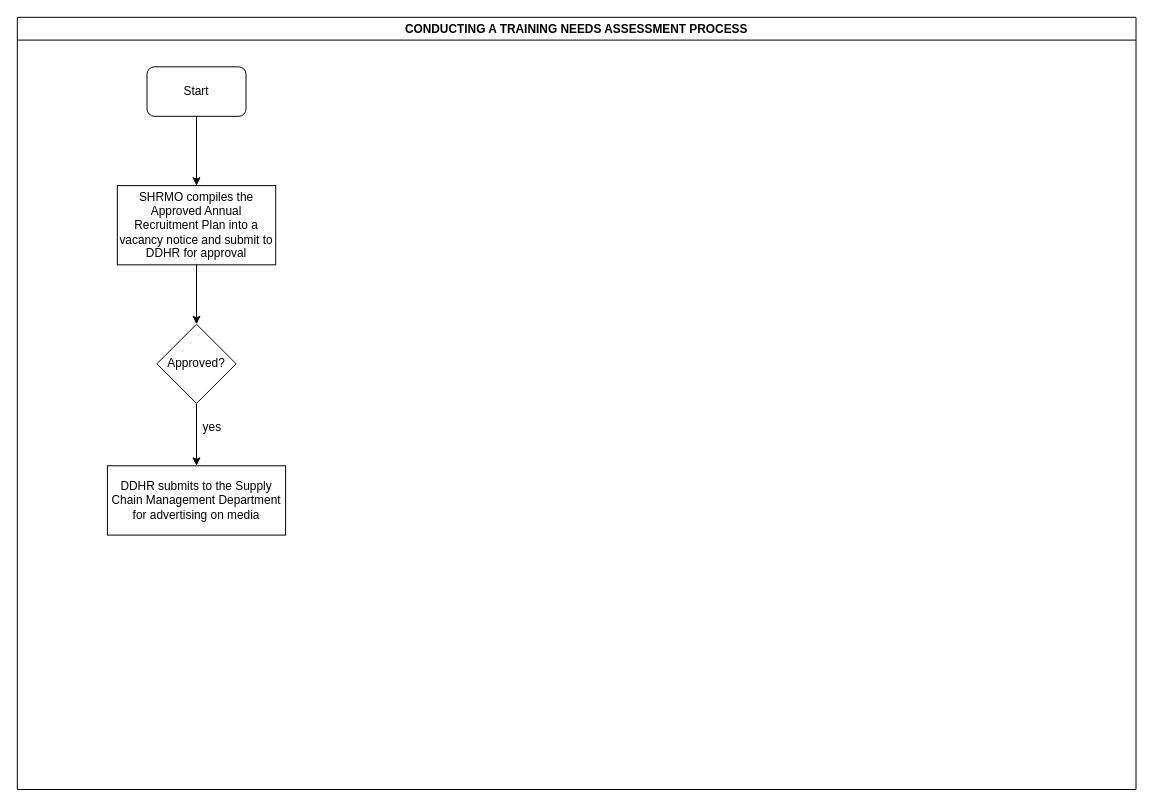
Above: KEFRI-HR-RECRUITMENT AND SELECTION PROCESS.drawio in kmagua/flowcharts (draw.io), before the change. Source tidied: cells renumbered, new cells numbered last; positions are measured from the earlier drawing's top-left corner, leaving out a move shared by most shapes. Both pictures are drawn from the tidied source at 99%, with x=0, y=0 at pixel (17, 17).
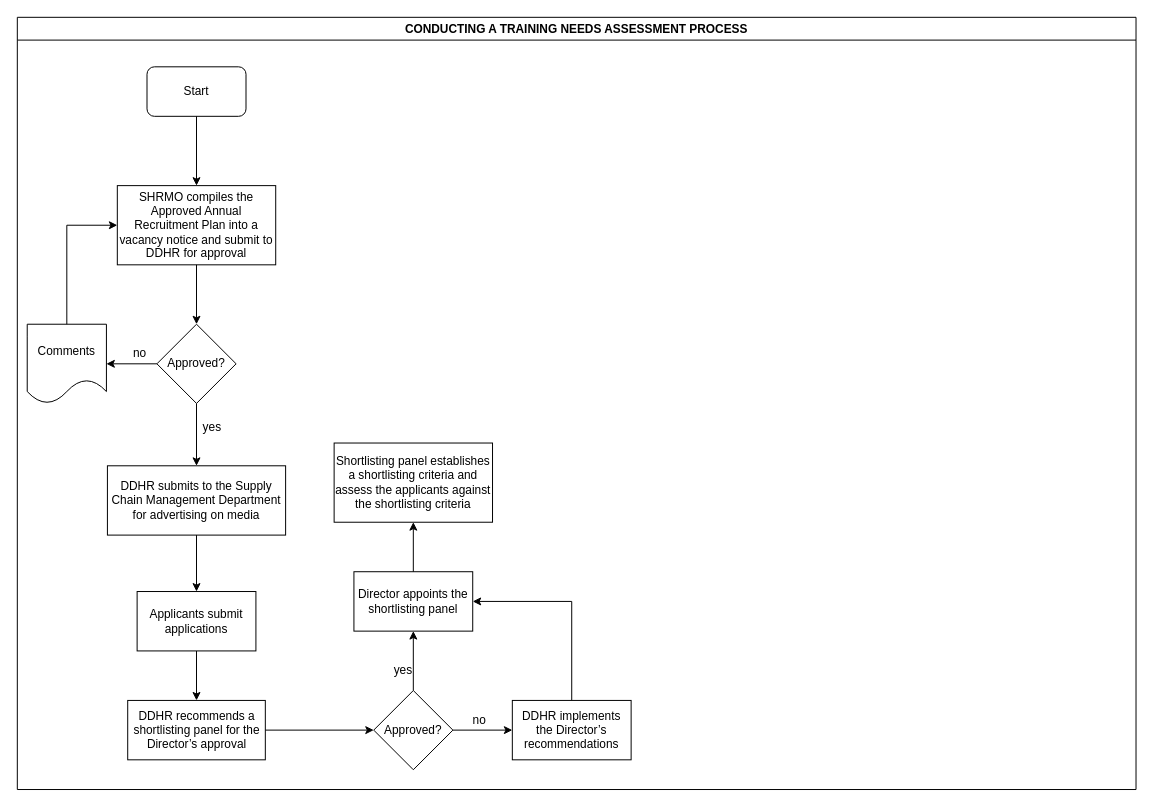
The same page after the edit.

The change refers to these unchanged cells:
```xml
<mxCell id="2" value="CONDUCTING A TRAINING NEEDS ASSESSMENT PROCESS" style="swimlane;" parent="1" vertex="1">
  <mxGeometry width="1130" height="780" as="geometry" />
</mxCell>
<mxCell id="4" value="SHRMO compiles the Approved Annual Recruitment Plan into a vacancy notice and submit to DDHR for approval" style="rounded=0;whiteSpace=wrap;html=1;" parent="2" vertex="1">
  <mxGeometry x="101" y="170" width="160" height="80" as="geometry" />
</mxCell>
<mxCell id="6" value="Approved?" style="rhombus;whiteSpace=wrap;html=1;rounded=0;" parent="2" vertex="1">
  <mxGeometry x="141" y="310" width="80" height="80" as="geometry" />
</mxCell>
<mxCell id="8" value="DDHR submits to the Supply Chain Management Department for advertising on media" style="whiteSpace=wrap;html=1;rounded=0;" parent="2" vertex="1">
  <mxGeometry x="91" y="453" width="180" height="70" as="geometry" />
</mxCell>
```

Diff of the diagram source:
```diff
@@
+    <mxCell id="11" value="DDHR recommends a shortlisting panel for the Director’s approval" style="whiteSpace=wrap;html=1;rounded=0;" parent="2" vertex="1">
+      <mxGeometry x="111.5" y="690" width="139" height="60" as="geometry" />
+    </mxCell>
+    <mxCell id="12" value="Director appoints the shortlisting panel" style="whiteSpace=wrap;html=1;rounded=0;" parent="2" vertex="1">
+      <mxGeometry x="340" y="560" width="120" height="60" as="geometry" />
+    </mxCell>
+    <mxCell id="13" value="yes" style="text;html=1;strokeColor=none;fillColor=none;align=center;verticalAlign=middle;whiteSpace=wrap;rounded=0;" parent="2" vertex="1">
+      <mxGeometry x="370" y="650" width="40" height="20" as="geometry" />
+    </mxCell>
+    <mxCell id="14" value="Comments" style="shape=document;whiteSpace=wrap;html=1;boundedLbl=1;rounded=0;" parent="2" vertex="1">
+      <mxGeometry x="10" y="310" width="80" height="80" as="geometry" />
+    </mxCell>
+    <mxCell id="15" style="edgeStyle=orthogonalEdgeStyle;rounded=0;jettySize=auto;html=1;" parent="2" edge="1" source="6" target="14">
+      <mxGeometry relative="1" as="geometry" />
+    </mxCell>
+    <mxCell id="16" style="edgeStyle=orthogonalEdgeStyle;rounded=0;jettySize=auto;html=1;entryX=0;entryY=0.5;entryDx=0;entryDy=0;" parent="2" edge="1" source="14" target="4">
+      <mxGeometry relative="1" as="geometry">
+        <Array as="points">
+          <mxPoint x="50" y="210" />
+        </Array>
+      </mxGeometry>
+    </mxCell>
+    <mxCell id="17" value="Shortlisting panel establishes a shortlisting criteria and assess the applicants against the shortlisting criteria" style="whiteSpace=wrap;html=1;rounded=0;" parent="2" vertex="1">
+      <mxGeometry x="320" y="430" width="160" height="80" as="geometry" />
+    </mxCell>
+    <mxCell id="18" style="edgeStyle=orthogonalEdgeStyle;rounded=0;jettySize=auto;html=1;" parent="2" edge="1" source="12" target="17">
+      <mxGeometry relative="1" as="geometry" />
+    </mxCell>
+    <mxCell id="19" style="edgeStyle=orthogonalEdgeStyle;rounded=0;jettySize=auto;html=1;" parent="1" edge="1" source="20" target="11">
+      <mxGeometry relative="1" as="geometry" />
+    </mxCell>
+    <mxCell id="20" value="Applicants submit applications" style="whiteSpace=wrap;html=1;rounded=0;" parent="1" vertex="1">
+      <mxGeometry x="121" y="580" width="120" height="60" as="geometry" />
+    </mxCell>
+    <mxCell id="21" style="edgeStyle=orthogonalEdgeStyle;rounded=0;jettySize=auto;html=1;" parent="1" edge="1" source="8" target="20">
+      <mxGeometry relative="1" as="geometry" />
+    </mxCell>
+    <mxCell id="22" style="edgeStyle=orthogonalEdgeStyle;rounded=0;jettySize=auto;html=1;" parent="1" edge="1" source="24" target="27">
+      <mxGeometry relative="1" as="geometry" />
+    </mxCell>
+    <mxCell id="23" style="edgeStyle=orthogonalEdgeStyle;rounded=0;jettySize=auto;html=1;" parent="1" edge="1" source="24" target="12">
+      <mxGeometry relative="1" as="geometry" />
+    </mxCell>
+    <mxCell id="24" value="Approved?" style="rhombus;whiteSpace=wrap;html=1;rounded=0;" parent="1" vertex="1">
+      <mxGeometry x="360" y="680" width="80" height="80" as="geometry" />
+    </mxCell>
+    <mxCell id="25" style="edgeStyle=orthogonalEdgeStyle;rounded=0;jettySize=auto;html=1;" parent="1" edge="1" source="11" target="24">
+      <mxGeometry relative="1" as="geometry" />
+    </mxCell>
+    <mxCell id="26" style="edgeStyle=orthogonalEdgeStyle;rounded=0;jettySize=auto;html=1;entryX=1;entryY=0.5;entryDx=0;entryDy=0;exitX=0.5;exitY=0;exitDx=0;exitDy=0;" parent="1" edge="1" source="27" target="12">
+      <mxGeometry relative="1" as="geometry">
+        <Array as="points">
+          <mxPoint x="560" y="590" />
+        </Array>
+      </mxGeometry>
+    </mxCell>
+    <mxCell id="27" value="DDHR implements the Director’s recommendations" style="whiteSpace=wrap;html=1;rounded=0;" parent="1" vertex="1">
+      <mxGeometry x="500" y="690" width="120" height="60" as="geometry" />
+    </mxCell>
+    <mxCell id="28" value="no" style="text;html=1;strokeColor=none;fillColor=none;align=center;verticalAlign=middle;whiteSpace=wrap;rounded=0;" parent="1" vertex="1">
+      <mxGeometry x="104" y="330" width="40" height="20" as="geometry" />
+    </mxCell>
+    <mxCell id="29" value="no" style="text;html=1;strokeColor=none;fillColor=none;align=center;verticalAlign=middle;whiteSpace=wrap;rounded=0;" parent="1" vertex="1">
+      <mxGeometry x="447" y="700" width="40" height="20" as="geometry" />
+    </mxCell>
```
